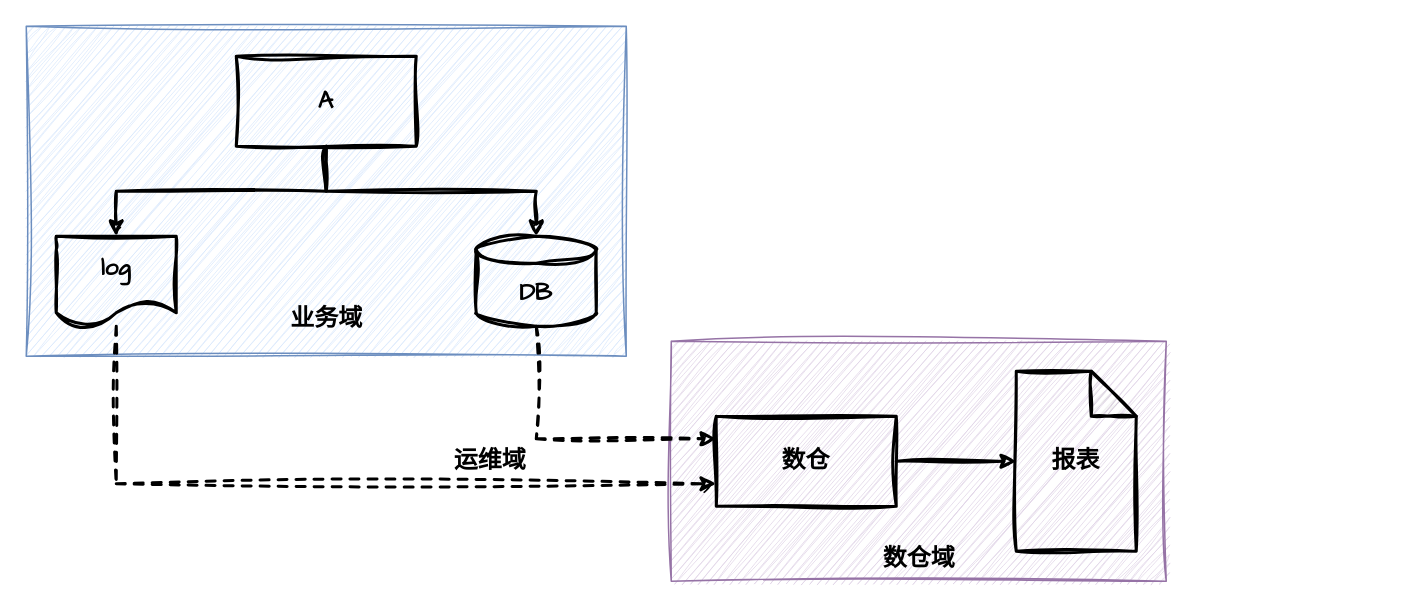
zhuanzhuan-tech/arch-draw-io keeps this draw.io diagram as tc/数仓.drawio. Above is the earlier version. Source tidied: cells renumbered, new cells numbered last; positions are measured from the earlier drawing's top-left corner, leaving out a move shared by most shapes. Both pictures are drawn from the tidied source at 150%, with x=0, y=0 at pixel (26, 26).
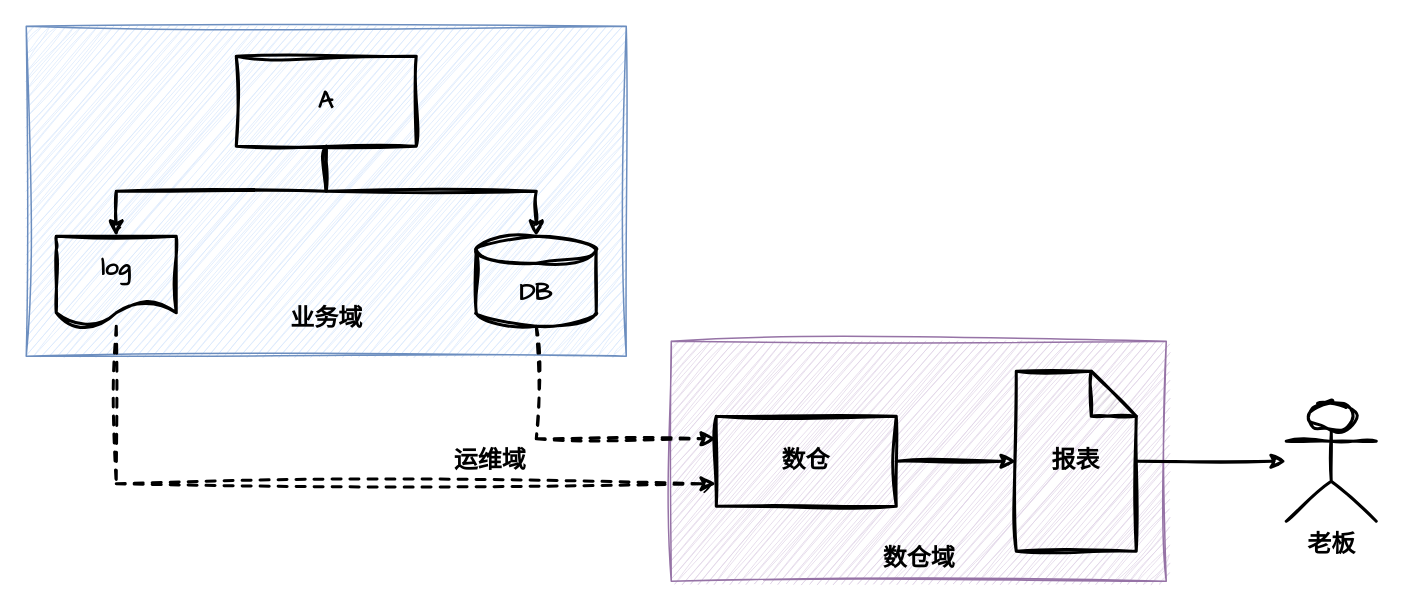
The same page after the edit.

Unchanged cells that the change refers to:
```xml
<mxCell id="12" value="&lt;b&gt;&lt;font style=&quot;font-size: 16px;&quot;&gt;报表&lt;/font&gt;&lt;/b&gt;" style="shape=note;whiteSpace=wrap;html=1;backgroundOutline=1;darkOpacity=0.05;sketch=1;hachureGap=4;jiggle=2;curveFitting=1;fontFamily=Architects Daughter;fillColor=none;strokeWidth=2;" parent="1" vertex="1">
  <mxGeometry x="660" y="230" width="80" height="120" as="geometry" />
</mxCell>
```

Change to the diagram source:
```diff
@@
+    <mxCell id="17" style="edgeStyle=orthogonalEdgeStyle;rounded=0;sketch=1;hachureGap=4;jiggle=2;curveFitting=1;jettySize=auto;html=1;fontFamily=Architects Daughter;strokeWidth=2;" parent="1" edge="1" source="12" target="18">
+      <mxGeometry relative="1" as="geometry" />
+    </mxCell>
@@
+    <mxCell id="18" value="&lt;font style=&quot;font-size: 16px;&quot;&gt;&lt;b&gt;老板&lt;/b&gt;&lt;/font&gt;" style="shape=umlActor;verticalLabelPosition=bottom;verticalAlign=top;html=1;outlineConnect=0;sketch=1;hachureGap=4;jiggle=2;curveFitting=1;fontFamily=Architects Daughter;strokeWidth=2;" parent="1" vertex="1">
+      <mxGeometry x="840" y="250" width="60" height="80" as="geometry" />
+    </mxCell>
```
